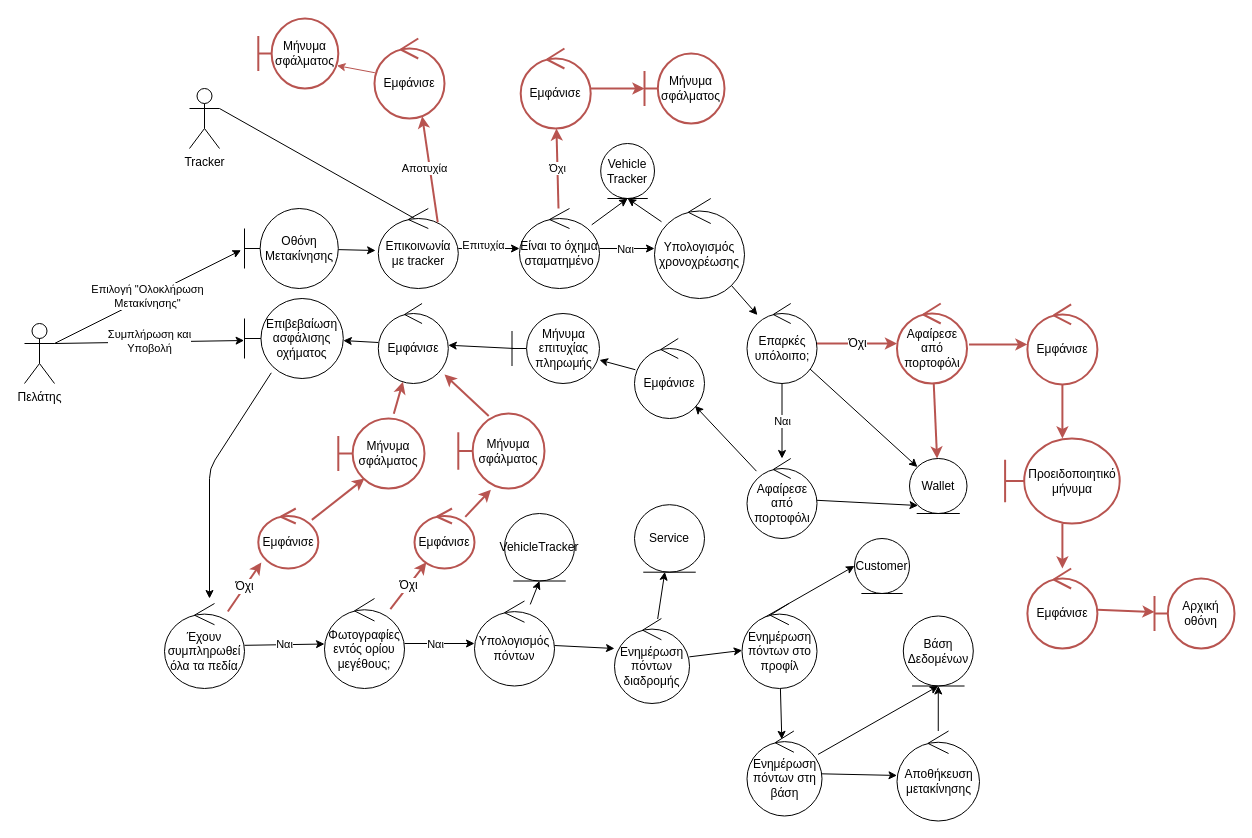
Before: Part_3/Robustness/diagrams/03_Ολοκλήρωση_Μετακίνησης.drawio in Nikolis2002/texnoligia_logismikou, a draw.io diagram. Source tidied: cells renumbered, new cells numbered last; positions are measured from the earlier drawing's top-left corner, leaving out a move shared by most shapes. Both pictures are drawn from the tidied source at 100%, with x=0, y=0 at pixel (24, 18).
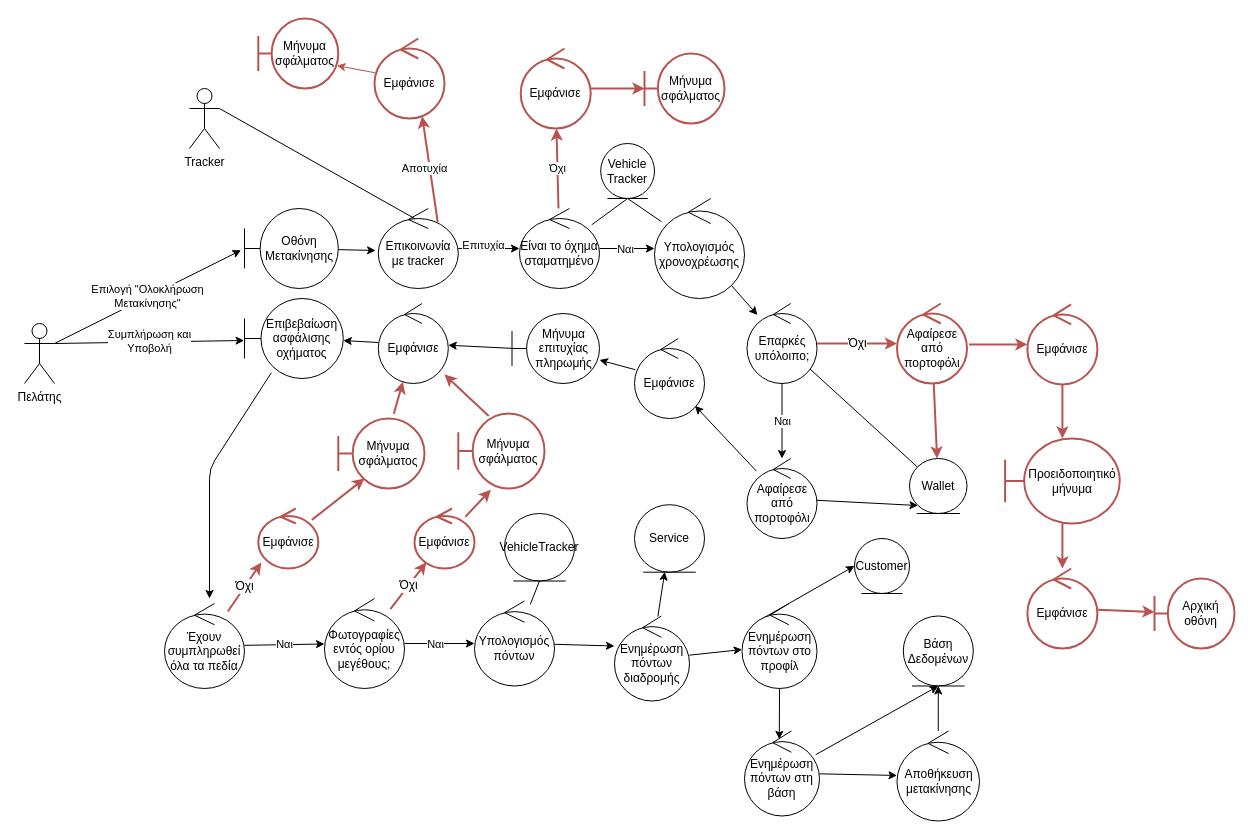
The same page after the edit.

Unchanged cells that the change refers to:
```xml
<mxCell id="16" value="Είναι το όχημα σταματημένο" style="ellipse;shape=umlControl;whiteSpace=wrap;html=1;" parent="1" vertex="1">
  <mxGeometry x="495" y="190" width="80" height="80" as="geometry" />
</mxCell>
<mxCell id="17" value="Vehicle&lt;br&gt;Tracker" style="ellipse;shape=umlEntity;whiteSpace=wrap;html=1;direction=east;" parent="1" vertex="1">
  <mxGeometry x="576.2" y="125" width="53.8" height="55" as="geometry" />
</mxCell>
<mxCell id="23" value="Υπολογισμός χρονοχρέωσης" style="ellipse;shape=umlControl;whiteSpace=wrap;html=1;" parent="1" vertex="1">
  <mxGeometry x="630" y="180" width="90" height="100" as="geometry" />
</mxCell>
<mxCell id="27" value="Επαρκές υπόλοιπο;" style="ellipse;shape=umlControl;whiteSpace=wrap;html=1;" parent="1" vertex="1">
  <mxGeometry x="722.5" y="285" width="70" height="80" as="geometry" />
</mxCell>
<mxCell id="34" value="Wallet" style="ellipse;shape=umlEntity;whiteSpace=wrap;html=1;direction=east;" parent="1" vertex="1">
  <mxGeometry x="885" y="440" width="57.5" height="55" as="geometry" />
</mxCell>
<mxCell id="67" value="Υπολογισμός πόντων" style="ellipse;shape=umlControl;whiteSpace=wrap;html=1;" parent="1" vertex="1">
  <mxGeometry x="450" y="582.5" width="80" height="85" as="geometry" />
</mxCell>
<mxCell id="71" value="VehicleTracker" style="ellipse;shape=umlEntity;whiteSpace=wrap;html=1;direction=east;" parent="1" vertex="1">
  <mxGeometry x="480" y="495" width="70" height="67.5" as="geometry" />
</mxCell>
```

Diff of the diagram source:
```diff
@@
-    <mxCell id="12" style="edgeStyle=none;html=1;endArrow=classic;endFill=1;entryX=0.5;entryY=1;entryDx=0;entryDy=0;" parent="1" edge="1" source="16" target="17">
+    <mxCell id="12" style="edgeStyle=none;html=1;endArrow=none;endFill=0;entryX=0.5;entryY=1;entryDx=0;entryDy=0;" parent="1" edge="1" source="16" target="17">
       <mxGeometry relative="1" as="geometry" />
     </mxCell>
@@
-    <mxCell id="22" style="edgeStyle=none;html=1;entryX=0.5;entryY=1;entryDx=0;entryDy=0;" parent="1" edge="1" source="23" target="17">
+    <mxCell id="22" style="edgeStyle=none;html=1;entryX=0.5;entryY=1;entryDx=0;entryDy=0;endArrow=none;endFill=0;" parent="1" edge="1" source="23" target="17">
       <mxGeometry relative="1" as="geometry" />
     </mxCell>
@@
-    <mxCell id="26" style="edgeStyle=none;html=1;endArrow=classic;endFill=1;" parent="1" edge="1" source="27" target="34">
+    <mxCell id="26" style="edgeStyle=none;html=1;endArrow=none;endFill=0;" parent="1" edge="1" source="27" target="34">
       <mxGeometry relative="1" as="geometry" />
     </mxCell>
@@
-    <mxCell id="65" style="edgeStyle=none;html=1;endArrow=classic;endFill=1;entryX=0.5;entryY=1;entryDx=0;entryDy=0;" parent="1" edge="1" source="67" target="71">
+    <mxCell id="65" style="edgeStyle=none;html=1;endArrow=none;endFill=0;entryX=0.5;entryY=1;entryDx=0;entryDy=0;" parent="1" edge="1" source="67" target="71">
       <mxGeometry relative="1" as="geometry" />
     </mxCell>
@@
     <mxCell id="82" value="Ενημέρωση πόντων διαδρομής" style="ellipse;shape=umlControl;whiteSpace=wrap;html=1;" parent="1" vertex="1">
-      <mxGeometry x="590" y="600" width="75" height="85" as="geometry" />
+      <mxGeometry x="590" y="597.5" width="75" height="85" as="geometry" />
     </mxCell>
@@
     <mxCell id="86" value="Ενημέρωση πόντων στη βάση" style="ellipse;shape=umlControl;whiteSpace=wrap;html=1;" parent="1" vertex="1">
-      <mxGeometry x="722.5" y="712.5" width="75" height="85" as="geometry" />
+      <mxGeometry x="720" y="712.5" width="75" height="85" as="geometry" />
     </mxCell>
```
